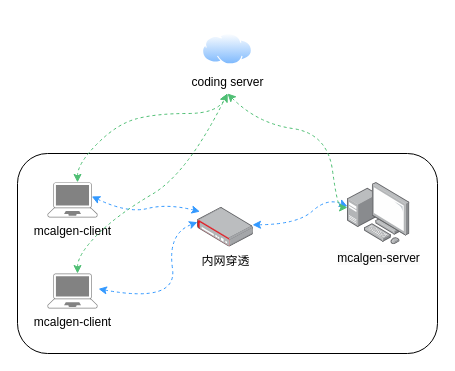
Earlier version of the draw.io diagram page "第 11 页" (11 of 11) of cx3288_sdk.drawio (hehenihao/chart). Source tidied: cells renumbered, new cells numbered last; positions are measured from the earlier drawing's top-left corner, leaving out a move shared by most shapes. Both pictures are drawn from the tidied source at 100%, with x=0, y=0 at pixel (17, 33).
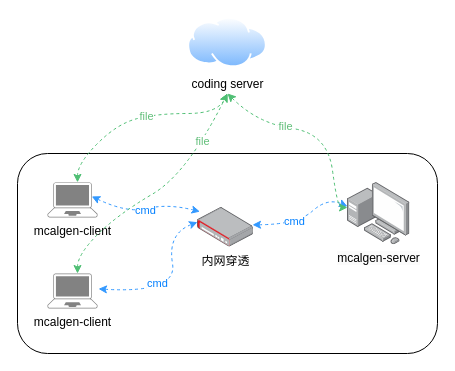
The same page after the edit.

Unchanged cells that the change refers to:
```xml
<mxCell id="8" style="curved=1;endArrow=classic;html=1;rounded=0;exitX=1.02;exitY=0.476;exitDx=0;exitDy=0;exitPerimeter=0;endFill=1;startArrow=classic;startFill=1;dashed=1;strokeColor=#3399FF;" parent="1" edge="1">
  <mxGeometry relative="1" as="geometry">
    <mxPoint x="235" y="191.3" as="sourcePoint" />
    <mxPoint x="330" y="173" as="targetPoint" />
    <Array as="points">
      <mxPoint x="280" y="191" />
      <mxPoint x="310" y="164" />
    </Array>
  </mxGeometry>
</mxCell>
<mxCell id="9" style="curved=1;endArrow=classic;html=1;rounded=0;exitX=0.885;exitY=0.4;exitDx=0;exitDy=0;exitPerimeter=0;endFill=1;startArrow=classic;startFill=1;dashed=1;entryX=0.044;entryY=0.104;entryDx=0;entryDy=0;entryPerimeter=0;strokeColor=#3399FF;" parent="1" edge="1" source="5" target="6">
  <mxGeometry relative="1" as="geometry">
    <Array as="points">
      <mxPoint x="110" y="180" />
      <mxPoint x="150" y="170" />
    </Array>
  </mxGeometry>
</mxCell>
<mxCell id="11" style="curved=1;endArrow=classic;html=1;rounded=0;exitX=0.885;exitY=0.4;exitDx=0;exitDy=0;exitPerimeter=0;endFill=1;startArrow=classic;startFill=1;dashed=1;strokeColor=#4fbf74;" parent="1" edge="1">
  <mxGeometry relative="1" as="geometry">
    <mxPoint x="60" y="148.9" as="sourcePoint" />
    <mxPoint x="210" y="60" as="targetPoint" />
    <Array as="points">
      <mxPoint x="60" y="130" />
      <mxPoint x="100" y="90" />
      <mxPoint x="140" y="80" />
      <mxPoint x="200" y="80" />
    </Array>
  </mxGeometry>
</mxCell>
<mxCell id="12" style="curved=1;endArrow=classic;html=1;rounded=0;exitX=0.885;exitY=0.4;exitDx=0;exitDy=0;exitPerimeter=0;endFill=1;startArrow=classic;startFill=1;dashed=1;strokeColor=#4fbf74;" parent="1" edge="1">
  <mxGeometry relative="1" as="geometry">
    <mxPoint x="60" y="240" as="sourcePoint" />
    <mxPoint x="210" y="60" as="targetPoint" />
    <Array as="points">
      <mxPoint x="60" y="221.1" />
      <mxPoint x="100" y="181.1" />
      <mxPoint x="170" y="140" />
    </Array>
  </mxGeometry>
</mxCell>
<mxCell id="13" style="curved=1;endArrow=classic;html=1;rounded=0;endFill=1;startArrow=classic;startFill=1;dashed=1;strokeColor=#4fbf74;" parent="1" edge="1">
  <mxGeometry relative="1" as="geometry">
    <mxPoint x="210" y="60" as="sourcePoint" />
    <mxPoint x="330" y="174" as="targetPoint" />
    <Array as="points">
      <mxPoint x="240" y="90" />
      <mxPoint x="310" y="100" />
      <mxPoint x="320" y="174" />
    </Array>
  </mxGeometry>
</mxCell>
```

Diff of the diagram source:
```diff
@@
     <mxCell id="3" value="coding server" style="image;perimeter=ellipsePerimeter;html=1;align=center;shadow=0;dashed=0;spacingTop=3;image=img/lib/active_directory/internet_cloud.svg;" parent="1" vertex="1">
-      <mxGeometry x="185" width="50" height="31.5" as="geometry" />
+      <mxGeometry x="170.3" y="-16" width="79.4" height="50" as="geometry" />
     </mxCell>
@@
     <mxCell id="7" style="curved=1;endArrow=classic;html=1;rounded=0;exitX=1.02;exitY=0.476;exitDx=0;exitDy=0;exitPerimeter=0;endFill=1;startArrow=classic;startFill=1;dashed=1;strokeColor=#3399FF;" parent="1" edge="1">
       <mxGeometry relative="1" as="geometry">
         <mxPoint x="81" y="255.4" as="sourcePoint" />
         <mxPoint x="180" y="188.7" as="targetPoint" />
         <Array as="points">
-          <mxPoint x="160" y="270" />
+          <mxPoint x="160" y="260" />
           <mxPoint x="150" y="200" />
         </Array>
       </mxGeometry>
     </mxCell>
+    <mxCell id="14" value="cmd" style="edgeLabel;html=1;align=center;verticalAlign=middle;fontColor=#007FFF;" parent="7" vertex="1">
+      <mxGeometry x="-0.32" y="11" relative="1" as="geometry">
+        <mxPoint y="2" as="offset" />
+      </mxGeometry>
+    </mxCell>
@@
+    <mxCell id="15" value="cmd" style="edgeLabel;html=1;align=center;verticalAlign=middle;fontColor=#007FFF;" parent="8" vertex="1">
+      <mxGeometry x="-0.22" y="4" relative="1" as="geometry" />
+    </mxCell>
@@
+    <mxCell id="16" value="cmd" style="edgeLabel;html=1;align=center;verticalAlign=middle;fontColor=#007FFF;" parent="9" vertex="1">
+      <mxGeometry x="-0.01" y="-1" relative="1" as="geometry" />
+    </mxCell>
@@
+    <mxCell id="17" value="file" style="edgeLabel;html=1;align=center;verticalAlign=middle;fontColor=#61be79;" parent="11" vertex="1">
+      <mxGeometry x="0.05" relative="1" as="geometry" />
+    </mxCell>
@@
+    <mxCell id="18" value="file" style="edgeLabel;html=1;align=center;verticalAlign=middle;fontColor=#61be79;" parent="12" vertex="1">
+      <mxGeometry x="0.56" y="2" relative="1" as="geometry" />
+    </mxCell>
@@
+    <mxCell id="19" value="file" style="edgeLabel;html=1;align=center;verticalAlign=middle;fontColor=#61BE79;" parent="13" vertex="1">
+      <mxGeometry x="-0.29" y="1" relative="1" as="geometry" />
+    </mxCell>
```
